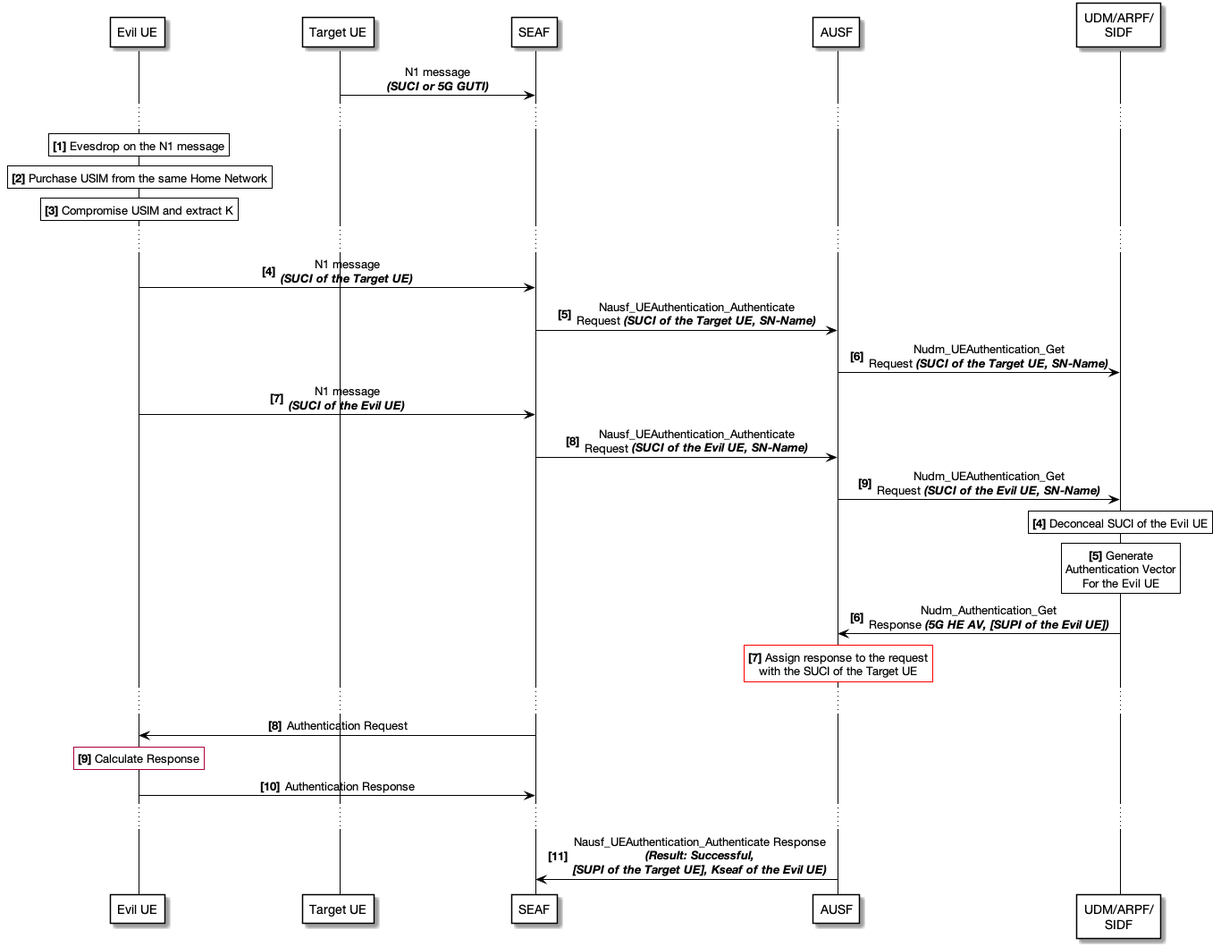
Above: Paper/uml/vulnerability_v1.png in rbroesamle/5G-AKA-Protocol (PlantUML), before the change.
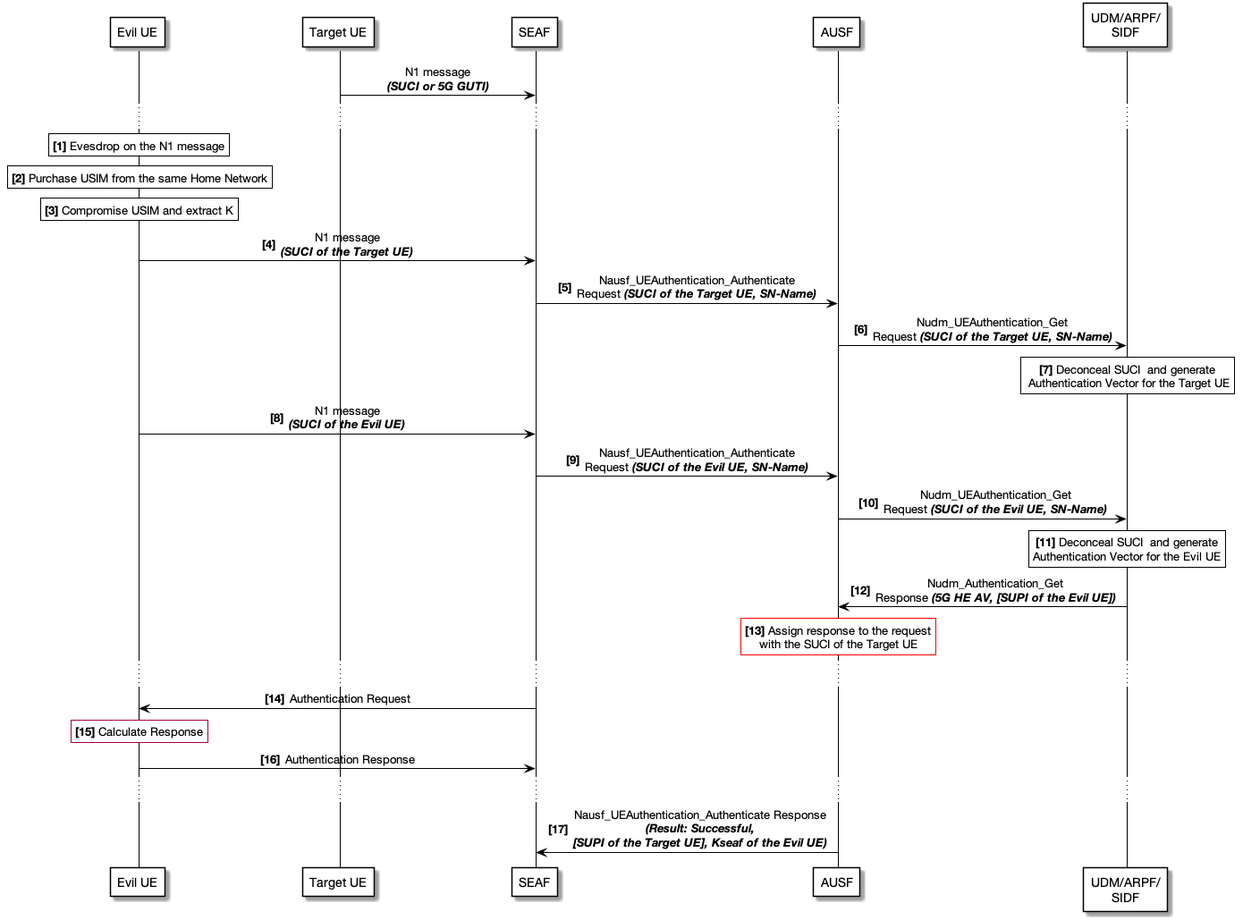
Above is the later version.

Commit message:
Continued writing the 'vulnerability' section.

What changed in the source:
```diff
@@ -41,8 +41,6 @@
 **[3]** Compromise USIM and extract K
 end note
 
-...
-
 autonumber 4 "<b>[0]"
 
 evilUE -> SEAF : N1 message\n//**(SUCI of the Target UE)**//
@@ -51,6 +49,13 @@
 
 AUSF -> UDM : Nudm_UEAuthentication_Get\nRequest //**(SUCI of the Target UE, SN-Name)**//
 
+rnote <<note>> <<black>> over UDM
+**[7]** Deconceal SUCI  and generate
+ Authentication Vector for the Target UE
+end note
+
+autonumber 8 "<b>[0]"
+
 evilUE -> SEAF : N1 message\n//**(SUCI of the Evil UE)**//
 
 SEAF -> AUSF : Nausf_UEAuthentication_Authenticate\nRequest //**(SUCI of the Evil UE, SN-Name)**//
@@ -58,35 +63,30 @@
 AUSF -> UDM : Nudm_UEAuthentication_Get\nRequest //**(SUCI of the Evil UE, SN-Name)**//
 
 rnote <<note>> <<black>> over UDM
-**[4]** Deconceal SUCI of the Evil UE
+**[11]** Deconceal SUCI  and generate
+Authentication Vector for the Evil UE
 end note
 
-rnote <<note>> <<black>> over UDM
-**[5]** Generate
-Authentication Vector
-For the Evil UE
-End note
-
-autonumber 6 "<b>[0]"
+autonumber 12 "<b>[0]"
 
 UDM -> AUSF : Nudm_Authentication_Get\nResponse //**(5G HE AV, [SUPI of the Evil UE])**//
 
 rnote <<note>> <<red>> over AUSF
-**[7]** Assign response to the request
+**[13]** Assign response to the request
 with the SUCI of the Target UE
 end note
 
 ...
 
-autonumber 8 "<b>[0]"
+autonumber 14 "<b>[0]"
 
 SEAF -> evilUE : Authentication Request
 
 rnote <<note>> over evilUE
-**[9]** Calculate Response
+**[15]** Calculate Response
 end note
 
-autonumber 10 "<b>[0]"
+autonumber 16 "<b>[0]"
 
 evilUE -> SEAF : Authentication Response
 
```
